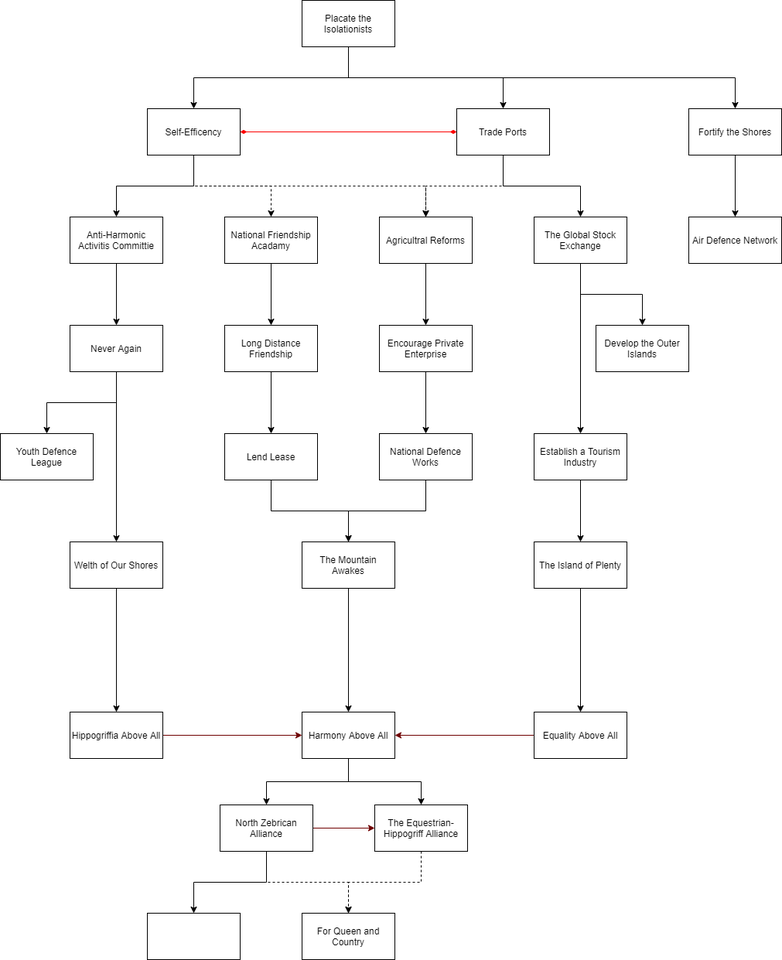
EaW-Team/equestria_dev keeps this draw.io diagram as common/national_focus/HIP.drawio.png. Above is the earlier version. Source tidied: cells renumbered, new cells last; positions are measured from the earlier drawing's top-left corner, leaving out a move shared by most shapes. The source it was exported from:
```xml
<mxGraphModel>
  <root>
    <mxCell id="0" />
    <mxCell id="1" parent="0" />
    <mxCell id="2" style="edgeStyle=orthogonalEdgeStyle;rounded=0;jettySize=auto;html=1;" parent="1" edge="1" source="5" target="37">
      <mxGeometry relative="1" as="geometry">
        <Array as="points">
          <mxPoint x="450" y="100" />
          <mxPoint x="650" y="100" />
        </Array>
      </mxGeometry>
    </mxCell>
    <mxCell id="3" style="edgeStyle=orthogonalEdgeStyle;rounded=0;jettySize=auto;html=1;" parent="1" edge="1" source="5" target="10">
      <mxGeometry relative="1" as="geometry">
        <Array as="points">
          <mxPoint x="450" y="100" />
          <mxPoint x="250" y="100" />
        </Array>
      </mxGeometry>
    </mxCell>
    <mxCell id="4" style="edgeStyle=orthogonalEdgeStyle;rounded=0;jettySize=auto;html=1;" parent="1" edge="1" source="5" target="28">
      <mxGeometry relative="1" as="geometry">
        <Array as="points">
          <mxPoint x="450" y="100" />
          <mxPoint x="950" y="100" />
        </Array>
      </mxGeometry>
    </mxCell>
    <mxCell id="5" value="Placate the Isolationists" style="rounded=0;whiteSpace=wrap;html=1;" parent="1" vertex="1">
      <mxGeometry x="390" width="120" height="60" as="geometry" />
    </mxCell>
    <mxCell id="6" style="edgeStyle=orthogonalEdgeStyle;rounded=0;jettySize=auto;html=1;fillColor=#a20025;strokeColor=#FC0000;startArrow=diamondThin;startFill=1;endArrow=diamondThin;endFill=1;" parent="1" edge="1" source="10" target="37">
      <mxGeometry relative="1" as="geometry" />
    </mxCell>
    <mxCell id="7" style="edgeStyle=orthogonalEdgeStyle;rounded=0;jettySize=auto;html=1;dashed=1;" parent="1" edge="1" source="10" target="12">
      <mxGeometry relative="1" as="geometry" />
    </mxCell>
    <mxCell id="8" style="edgeStyle=orthogonalEdgeStyle;rounded=0;jettySize=auto;html=1;dashed=1;" parent="1" edge="1" source="10" target="39">
      <mxGeometry relative="1" as="geometry">
        <Array as="points">
          <mxPoint x="250" y="240" />
          <mxPoint x="550" y="240" />
        </Array>
      </mxGeometry>
    </mxCell>
    <mxCell id="9" style="edgeStyle=orthogonalEdgeStyle;rounded=0;jettySize=auto;html=1;" parent="1" edge="1" source="10" target="20">
      <mxGeometry relative="1" as="geometry" />
    </mxCell>
    <mxCell id="10" value="Self-Efficency" style="rounded=0;whiteSpace=wrap;html=1;" parent="1" vertex="1">
      <mxGeometry x="190" y="140" width="120" height="60" as="geometry" />
    </mxCell>
    <mxCell id="11" style="edgeStyle=orthogonalEdgeStyle;rounded=0;jettySize=auto;html=1;" parent="1" edge="1" source="12" target="14">
      <mxGeometry relative="1" as="geometry" />
    </mxCell>
    <mxCell id="12" value="National Friendship Acadamy" style="rounded=0;whiteSpace=wrap;html=1;" parent="1" vertex="1">
      <mxGeometry x="290" y="280" width="120" height="60" as="geometry" />
    </mxCell>
    <mxCell id="13" style="edgeStyle=orthogonalEdgeStyle;rounded=0;jettySize=auto;html=1;" parent="1" edge="1" source="14" target="16">
      <mxGeometry relative="1" as="geometry" />
    </mxCell>
    <mxCell id="14" value="Long Distance Friendship" style="rounded=0;whiteSpace=wrap;html=1;" parent="1" vertex="1">
      <mxGeometry x="290" y="420" width="120" height="60" as="geometry" />
    </mxCell>
    <mxCell id="15" style="edgeStyle=orthogonalEdgeStyle;rounded=0;jettySize=auto;html=1;" parent="1" edge="1" source="16" target="18">
      <mxGeometry relative="1" as="geometry" />
    </mxCell>
    <mxCell id="16" value="Lend Lease" style="rounded=0;whiteSpace=wrap;html=1;" parent="1" vertex="1">
      <mxGeometry x="290" y="560" width="120" height="60" as="geometry" />
    </mxCell>
    <mxCell id="17" style="edgeStyle=orthogonalEdgeStyle;rounded=0;jettySize=auto;html=1;" parent="1" edge="1" source="18" target="49">
      <mxGeometry relative="1" as="geometry" />
    </mxCell>
    <mxCell id="18" value="The Mountain Awakes" style="rounded=0;whiteSpace=wrap;html=1;" parent="1" vertex="1">
      <mxGeometry x="390" y="700" width="120" height="60" as="geometry" />
    </mxCell>
    <mxCell id="19" style="edgeStyle=orthogonalEdgeStyle;rounded=0;jettySize=auto;html=1;" parent="1" edge="1" source="20" target="23">
      <mxGeometry relative="1" as="geometry" />
    </mxCell>
    <mxCell id="20" value="Anti-Harmonic Activitis Committie" style="rounded=0;whiteSpace=wrap;html=1;" parent="1" vertex="1">
      <mxGeometry x="90" y="280" width="120" height="60" as="geometry" />
    </mxCell>
    <mxCell id="21" style="edgeStyle=orthogonalEdgeStyle;rounded=0;jettySize=auto;html=1;" parent="1" edge="1" source="23" target="24">
      <mxGeometry relative="1" as="geometry" />
    </mxCell>
    <mxCell id="22" style="edgeStyle=orthogonalEdgeStyle;rounded=0;jettySize=auto;html=1;" parent="1" edge="1" source="23" target="26">
      <mxGeometry relative="1" as="geometry" />
    </mxCell>
    <mxCell id="23" value="Never Again" style="rounded=0;whiteSpace=wrap;html=1;" parent="1" vertex="1">
      <mxGeometry x="90" y="420" width="120" height="60" as="geometry" />
    </mxCell>
    <mxCell id="24" value="Youth Defence League" style="rounded=0;whiteSpace=wrap;html=1;" parent="1" vertex="1">
      <mxGeometry y="560" width="120" height="60" as="geometry" />
    </mxCell>
    <mxCell id="25" style="edgeStyle=orthogonalEdgeStyle;rounded=0;jettySize=auto;html=1;" parent="1" edge="1" source="26" target="51">
      <mxGeometry relative="1" as="geometry" />
    </mxCell>
    <mxCell id="26" value="Welth of Our Shores" style="rounded=0;whiteSpace=wrap;html=1;" parent="1" vertex="1">
      <mxGeometry x="90" y="700" width="120" height="60" as="geometry" />
    </mxCell>
    <mxCell id="27" style="edgeStyle=orthogonalEdgeStyle;rounded=0;jettySize=auto;html=1;" parent="1" edge="1" source="28" target="29">
      <mxGeometry relative="1" as="geometry" />
    </mxCell>
    <mxCell id="28" value="Fortify the Shores" style="rounded=0;whiteSpace=wrap;html=1;" parent="1" vertex="1">
      <mxGeometry x="890" y="140" width="120" height="60" as="geometry" />
    </mxCell>
    <mxCell id="29" value="Air Defence Network" style="rounded=0;whiteSpace=wrap;html=1;" parent="1" vertex="1">
      <mxGeometry x="890" y="280" width="120" height="60" as="geometry" />
    </mxCell>
    <mxCell id="30" style="edgeStyle=orthogonalEdgeStyle;rounded=0;jettySize=auto;html=1;" parent="1" edge="1" source="31" target="34">
      <mxGeometry relative="1" as="geometry" />
    </mxCell>
    <mxCell id="31" value="Establish a Tourism Industry" style="rounded=0;whiteSpace=wrap;html=1;" parent="1" vertex="1">
      <mxGeometry x="690" y="560" width="120" height="60" as="geometry" />
    </mxCell>
    <mxCell id="32" value="Develop the Outer Islands" style="rounded=0;whiteSpace=wrap;html=1;" parent="1" vertex="1">
      <mxGeometry x="770" y="420" width="120" height="60" as="geometry" />
    </mxCell>
    <mxCell id="33" style="edgeStyle=orthogonalEdgeStyle;rounded=0;jettySize=auto;html=1;entryX=0.5;entryY=0;entryDx=0;entryDy=0;" parent="1" edge="1" source="34" target="53">
      <mxGeometry relative="1" as="geometry" />
    </mxCell>
    <mxCell id="34" value="The Island of Plenty" style="rounded=0;whiteSpace=wrap;html=1;" parent="1" vertex="1">
      <mxGeometry x="690" y="700" width="120" height="60" as="geometry" />
    </mxCell>
    <mxCell id="35" style="edgeStyle=orthogonalEdgeStyle;rounded=0;jettySize=auto;html=1;dashed=1;" parent="1" edge="1" source="37" target="39">
      <mxGeometry relative="1" as="geometry" />
    </mxCell>
    <mxCell id="36" style="edgeStyle=orthogonalEdgeStyle;rounded=0;jettySize=auto;html=1;" parent="1" edge="1" source="37" target="46">
      <mxGeometry relative="1" as="geometry" />
    </mxCell>
    <mxCell id="37" value="Trade Ports" style="rounded=0;whiteSpace=wrap;html=1;" parent="1" vertex="1">
      <mxGeometry x="590" y="140" width="120" height="60" as="geometry" />
    </mxCell>
    <mxCell id="38" style="edgeStyle=orthogonalEdgeStyle;rounded=0;jettySize=auto;html=1;" parent="1" edge="1" source="39" target="41">
      <mxGeometry relative="1" as="geometry" />
    </mxCell>
    <mxCell id="39" value="Agricultral Reforms" style="rounded=0;whiteSpace=wrap;html=1;" parent="1" vertex="1">
      <mxGeometry x="490" y="280" width="120" height="60" as="geometry" />
    </mxCell>
    <mxCell id="40" style="edgeStyle=orthogonalEdgeStyle;rounded=0;jettySize=auto;html=1;" parent="1" edge="1" source="41" target="43">
      <mxGeometry relative="1" as="geometry" />
    </mxCell>
    <mxCell id="41" value="Encourage Private Enterprise" style="rounded=0;whiteSpace=wrap;html=1;" parent="1" vertex="1">
      <mxGeometry x="490" y="420" width="120" height="60" as="geometry" />
    </mxCell>
    <mxCell id="42" style="edgeStyle=orthogonalEdgeStyle;rounded=0;jettySize=auto;html=1;" parent="1" edge="1" source="43" target="18">
      <mxGeometry relative="1" as="geometry" />
    </mxCell>
    <mxCell id="43" value="National Defence Works" style="rounded=0;whiteSpace=wrap;html=1;" parent="1" vertex="1">
      <mxGeometry x="490" y="560" width="120" height="60" as="geometry" />
    </mxCell>
    <mxCell id="44" style="edgeStyle=orthogonalEdgeStyle;rounded=0;jettySize=auto;html=1;" parent="1" edge="1" source="46" target="31">
      <mxGeometry relative="1" as="geometry" />
    </mxCell>
    <mxCell id="45" style="edgeStyle=orthogonalEdgeStyle;rounded=0;jettySize=auto;html=1;" parent="1" edge="1" source="46" target="32">
      <mxGeometry relative="1" as="geometry">
        <Array as="points">
          <mxPoint x="750" y="380" />
          <mxPoint x="830" y="380" />
        </Array>
      </mxGeometry>
    </mxCell>
    <mxCell id="46" value="The Global Stock Exchange" style="rounded=0;whiteSpace=wrap;html=1;" parent="1" vertex="1">
      <mxGeometry x="690" y="280" width="120" height="60" as="geometry" />
    </mxCell>
    <mxCell id="47" style="edgeStyle=orthogonalEdgeStyle;rounded=0;jettySize=auto;html=1;" parent="1" edge="1" source="49" target="59">
      <mxGeometry relative="1" as="geometry" />
    </mxCell>
    <mxCell id="48" style="edgeStyle=orthogonalEdgeStyle;rounded=0;jettySize=auto;html=1;" parent="1" edge="1" source="49" target="57">
      <mxGeometry relative="1" as="geometry" />
    </mxCell>
    <mxCell id="49" value="Harmony Above All" style="rounded=0;whiteSpace=wrap;html=1;" parent="1" vertex="1">
      <mxGeometry x="390" y="920" width="120" height="60" as="geometry" />
    </mxCell>
    <mxCell id="50" style="edgeStyle=orthogonalEdgeStyle;rounded=0;jettySize=auto;html=1;fillColor=#a20025;strokeColor=#6F0000;" parent="1" edge="1" source="51" target="49">
      <mxGeometry relative="1" as="geometry" />
    </mxCell>
    <mxCell id="51" value="Hippogriffia Above All" style="rounded=0;whiteSpace=wrap;html=1;" parent="1" vertex="1">
      <mxGeometry x="90" y="920" width="120" height="60" as="geometry" />
    </mxCell>
    <mxCell id="52" style="edgeStyle=orthogonalEdgeStyle;rounded=0;jettySize=auto;html=1;fillColor=#a20025;strokeColor=#6F0000;" parent="1" edge="1" source="53" target="49">
      <mxGeometry relative="1" as="geometry" />
    </mxCell>
    <mxCell id="53" value="Equality Above All" style="rounded=0;whiteSpace=wrap;html=1;" parent="1" vertex="1">
      <mxGeometry x="690" y="920" width="120" height="60" as="geometry" />
    </mxCell>
    <mxCell id="54" style="edgeStyle=orthogonalEdgeStyle;rounded=0;jettySize=auto;html=1;fillColor=#a20025;strokeColor=#6F0000;" parent="1" edge="1" source="57" target="59">
      <mxGeometry relative="1" as="geometry" />
    </mxCell>
    <mxCell id="55" style="edgeStyle=orthogonalEdgeStyle;rounded=0;jettySize=auto;html=1;dashed=1;" parent="1" edge="1" source="57" target="60">
      <mxGeometry relative="1" as="geometry" />
    </mxCell>
    <mxCell id="56" style="edgeStyle=orthogonalEdgeStyle;rounded=0;jettySize=auto;html=1;" parent="1" edge="1" source="57" target="61">
      <mxGeometry relative="1" as="geometry" />
    </mxCell>
    <mxCell id="57" value="North Zebrican Alliance" style="rounded=0;whiteSpace=wrap;html=1;" parent="1" vertex="1">
      <mxGeometry x="284" y="1040" width="120" height="60" as="geometry" />
    </mxCell>
    <mxCell id="58" style="edgeStyle=orthogonalEdgeStyle;rounded=0;jettySize=auto;html=1;dashed=1;" parent="1" edge="1" source="59" target="60">
      <mxGeometry relative="1" as="geometry" />
    </mxCell>
    <mxCell id="59" value="The Equestrian-Hippogriff Alliance" style="rounded=0;whiteSpace=wrap;html=1;" parent="1" vertex="1">
      <mxGeometry x="484" y="1040" width="120" height="60" as="geometry" />
    </mxCell>
    <mxCell id="60" value="For Queen and Country" style="whiteSpace=wrap;html=1;rounded=0;" parent="1" vertex="1">
      <mxGeometry x="390" y="1180" width="120" height="60" as="geometry" />
    </mxCell>
    <mxCell id="61" style="whiteSpace=wrap;html=1;rounded=0;" parent="1" vertex="1">
      <mxGeometry x="190" y="1180" width="120" height="60" as="geometry" />
    </mxCell>
  </root>
</mxGraphModel>
```
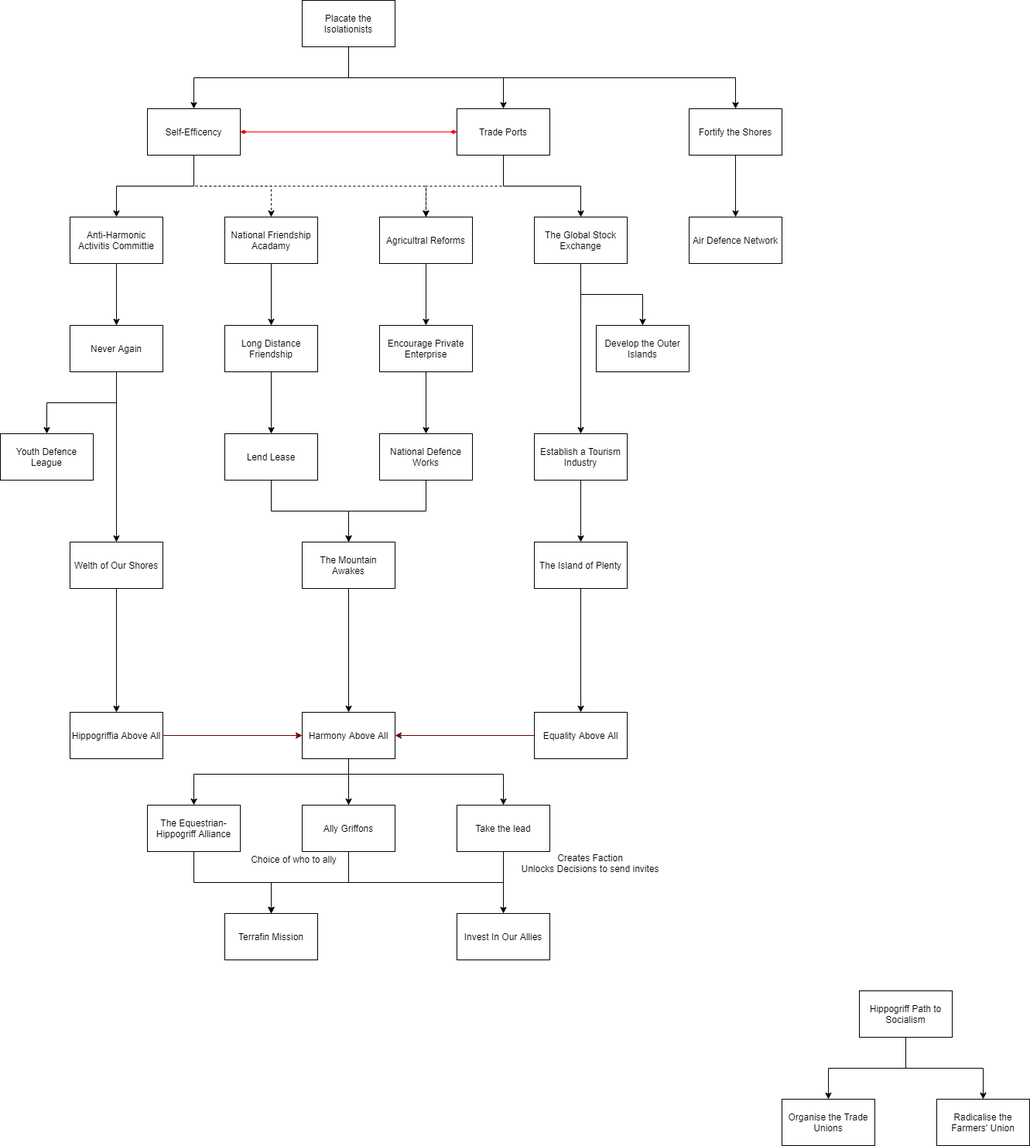
After the change.

Change to the diagram source:
```diff
@@ -165,9 +165,22 @@
     <mxCell id="47" style="edgeStyle=orthogonalEdgeStyle;rounded=0;jettySize=auto;html=1;" parent="1" edge="1" source="49" target="59">
       <mxGeometry relative="1" as="geometry" />
     </mxCell>
-    <mxCell id="48" style="edgeStyle=orthogonalEdgeStyle;rounded=0;jettySize=auto;html=1;" parent="1" edge="1" source="49" target="57">
-      <mxGeometry relative="1" as="geometry" />
-    </mxCell>
+    <mxCell id="62" style="edgeStyle=orthogonalEdgeStyle;rounded=0;jettySize=auto;html=1;" parent="1" edge="1" source="49" target="71">
+      <mxGeometry relative="1" as="geometry">
+        <Array as="points">
+          <mxPoint x="450" y="1000" />
+          <mxPoint x="250" y="1000" />
+        </Array>
+      </mxGeometry>
+    </mxCell>
+    <mxCell id="63" style="edgeStyle=orthogonalEdgeStyle;rounded=0;jettySize=auto;html=1;" parent="1" edge="1" source="49" target="74">
+      <mxGeometry relative="1" as="geometry">
+        <Array as="points">
+          <mxPoint x="450" y="1000" />
+          <mxPoint x="650" y="1000" />
+        </Array>
+      </mxGeometry>
+    </mxCell>
     <mxCell id="49" value="Harmony Above All" style="rounded=0;whiteSpace=wrap;html=1;" parent="1" vertex="1">
       <mxGeometry x="390" y="920" width="120" height="60" as="geometry" />
     </mxCell>
@@ -183,29 +196,58 @@
     <mxCell id="53" value="Equality Above All" style="rounded=0;whiteSpace=wrap;html=1;" parent="1" vertex="1">
       <mxGeometry x="690" y="920" width="120" height="60" as="geometry" />
     </mxCell>
-    <mxCell id="54" style="edgeStyle=orthogonalEdgeStyle;rounded=0;jettySize=auto;html=1;fillColor=#a20025;strokeColor=#6F0000;" parent="1" edge="1" source="57" target="59">
-      <mxGeometry relative="1" as="geometry" />
-    </mxCell>
-    <mxCell id="55" style="edgeStyle=orthogonalEdgeStyle;rounded=0;jettySize=auto;html=1;dashed=1;" parent="1" edge="1" source="57" target="60">
-      <mxGeometry relative="1" as="geometry" />
-    </mxCell>
-    <mxCell id="56" style="edgeStyle=orthogonalEdgeStyle;rounded=0;jettySize=auto;html=1;" parent="1" edge="1" source="57" target="61">
-      <mxGeometry relative="1" as="geometry" />
-    </mxCell>
-    <mxCell id="57" value="North Zebrican Alliance" style="rounded=0;whiteSpace=wrap;html=1;" parent="1" vertex="1">
-      <mxGeometry x="284" y="1040" width="120" height="60" as="geometry" />
-    </mxCell>
-    <mxCell id="58" style="edgeStyle=orthogonalEdgeStyle;rounded=0;jettySize=auto;html=1;dashed=1;" parent="1" edge="1" source="59" target="60">
-      <mxGeometry relative="1" as="geometry" />
-    </mxCell>
+    <mxCell id="64" style="edgeStyle=orthogonalEdgeStyle;rounded=0;jettySize=auto;html=1;" parent="1" edge="1" source="59" target="77">
+      <mxGeometry relative="1" as="geometry" />
+    </mxCell>
-    <mxCell id="59" value="The Equestrian-Hippogriff Alliance" style="rounded=0;whiteSpace=wrap;html=1;" parent="1" vertex="1">
-      <mxGeometry x="484" y="1040" width="120" height="60" as="geometry" />
+    <mxCell id="59" value="Ally Griffons" style="rounded=0;whiteSpace=wrap;html=1;" parent="1" vertex="1">
+      <mxGeometry x="390" y="1040" width="120" height="60" as="geometry" />
     </mxCell>
-    <mxCell id="60" value="For Queen and Country" style="whiteSpace=wrap;html=1;rounded=0;" parent="1" vertex="1">
-      <mxGeometry x="390" y="1180" width="120" height="60" as="geometry" />
-    </mxCell>
-    <mxCell id="61" style="whiteSpace=wrap;html=1;rounded=0;" parent="1" vertex="1">
-      <mxGeometry x="190" y="1180" width="120" height="60" as="geometry" />
-    </mxCell>
+    <mxCell id="65" style="edgeStyle=orthogonalEdgeStyle;rounded=0;jettySize=auto;html=1;" parent="1" edge="1" source="67" target="68">
+      <mxGeometry relative="1" as="geometry" />
+    </mxCell>
+    <mxCell id="66" style="edgeStyle=orthogonalEdgeStyle;rounded=0;jettySize=auto;html=1;" parent="1" edge="1" source="67" target="69">
+      <mxGeometry relative="1" as="geometry" />
+    </mxCell>
+    <mxCell id="67" value="Hippogriff Path to Socialism" style="rounded=0;whiteSpace=wrap;html=1;" parent="1" vertex="1">
+      <mxGeometry x="1110" y="1280" width="120" height="60" as="geometry" />
+    </mxCell>
+    <mxCell id="68" value="Organise the Trade Unions" style="rounded=0;whiteSpace=wrap;html=1;" parent="1" vertex="1">
+      <mxGeometry x="1010" y="1420" width="120" height="60" as="geometry" />
+    </mxCell>
+    <mxCell id="69" value="Radicalise the Farmers' Union" style="rounded=0;whiteSpace=wrap;html=1;" parent="1" vertex="1">
+      <mxGeometry x="1210" y="1420" width="120" height="60" as="geometry" />
+    </mxCell>
+    <mxCell id="70" style="edgeStyle=orthogonalEdgeStyle;rounded=0;jettySize=auto;html=1;" parent="1" edge="1" source="71" target="77">
+      <mxGeometry relative="1" as="geometry" />
+    </mxCell>
+    <mxCell id="71" value="The Equestrian-Hippogriff Alliance" style="rounded=0;whiteSpace=wrap;html=1;" parent="1" vertex="1">
+      <mxGeometry x="190" y="1040" width="120" height="60" as="geometry" />
+    </mxCell>
+    <mxCell id="72" style="edgeStyle=orthogonalEdgeStyle;rounded=0;jettySize=auto;html=1;" parent="1" edge="1" source="74" target="78">
+      <mxGeometry relative="1" as="geometry" />
+    </mxCell>
+    <mxCell id="73" style="edgeStyle=orthogonalEdgeStyle;rounded=0;jettySize=auto;html=1;" parent="1" edge="1" source="74" target="77">
+      <mxGeometry relative="1" as="geometry">
+        <Array as="points">
+          <mxPoint x="650" y="1140" />
+          <mxPoint x="350" y="1140" />
+        </Array>
+      </mxGeometry>
+    </mxCell>
+    <mxCell id="74" value="Take the lead" style="rounded=0;whiteSpace=wrap;html=1;" parent="1" vertex="1">
+      <mxGeometry x="590" y="1040" width="120" height="60" as="geometry" />
+    </mxCell>
+    <mxCell id="75" value="Choice of who to ally" style="text;html=1;align=center;verticalAlign=middle;" parent="1" vertex="1">
+      <mxGeometry x="314" y="1100" width="130" height="20" as="geometry" />
+    </mxCell>
+    <mxCell id="76" value="Creates Faction&lt;br&gt;Unlocks Decisions to send invites" style="text;html=1;align=center;verticalAlign=middle;" parent="1" vertex="1">
+      <mxGeometry x="667" y="1100" width="190" height="30" as="geometry" />
+    </mxCell>
+    <mxCell id="77" value="Terrafin Mission" style="rounded=0;whiteSpace=wrap;html=1;" parent="1" vertex="1">
+      <mxGeometry x="290" y="1180" width="120" height="60" as="geometry" />
+    </mxCell>
+    <mxCell id="78" value="Invest In Our Allies" style="rounded=0;whiteSpace=wrap;html=1;" parent="1" vertex="1">
+      <mxGeometry x="590" y="1180" width="120" height="60" as="geometry" />
+    </mxCell>
   </root>
 </mxGraphModel>
```
